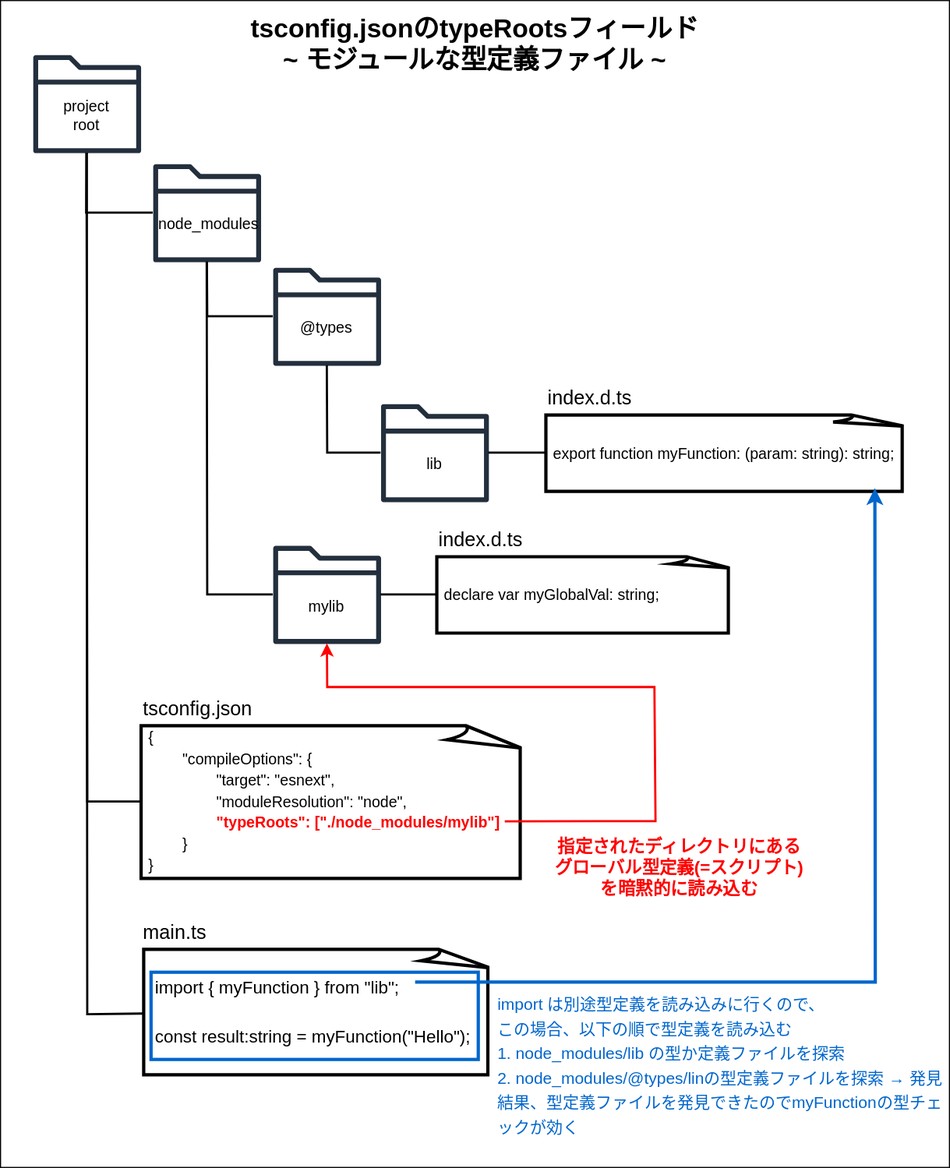
Before: img/tsconfig_typeRoots_types/tsconfig-typeRoots_2.svg, a diagram exported from draw.io (MasaGt/TypeScript). Source tidied: cells renumbered, new cells last; positions are measured from the earlier drawing's top-left corner, leaving out a move shared by most shapes.
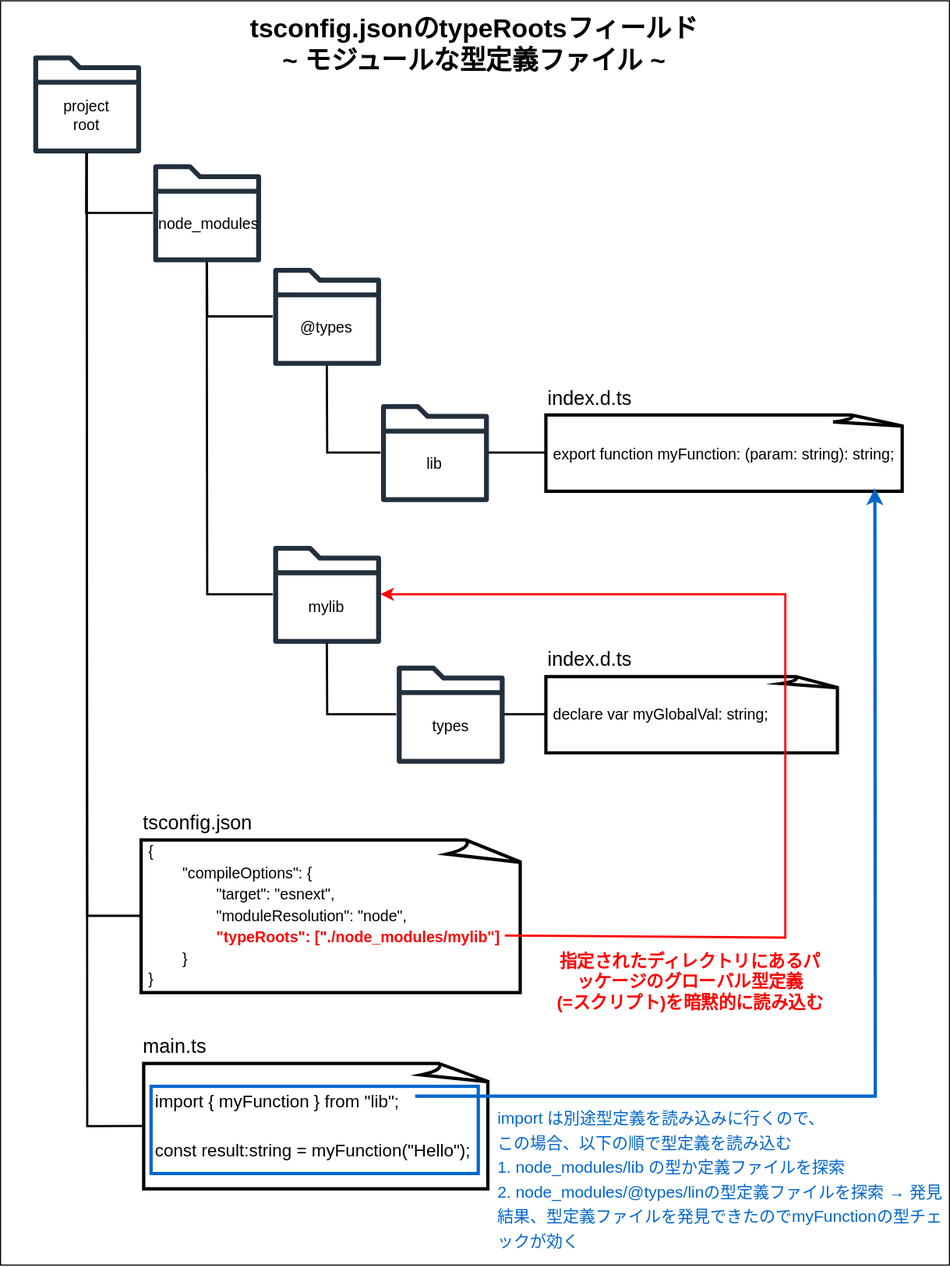
The same diagram one commit later.

What changed in the source:
```diff
@@ -4,5 +4,5 @@
     <mxCell id="1" parent="0" />
-    <mxCell id="2" style="rounded=0;whiteSpace=wrap;html=1;" parent="1" vertex="1">
-      <mxGeometry width="870" height="1070" as="geometry" />
-    </mxCell>
+    <mxCell id="39" style="rounded=0;whiteSpace=wrap;html=1;" parent="1" vertex="1">
+      <mxGeometry width="870" height="1160" as="geometry" />
+    </mxCell>
     <mxCell id="3" value="tsconfig.jsonのtypeRootsフィールド&lt;div&gt;~ モジュールな型定義ファイル ~&lt;/div&gt;" style="text;html=1;whiteSpace=wrap;strokeColor=none;fillColor=none;align=center;verticalAlign=middle;rounded=0;fontSize=24;fontStyle=1;" parent="1" vertex="1">
@@ -10,69 +10,69 @@
     </mxCell>
-    <mxCell id="4" style="whiteSpace=wrap;html=1;shape=mxgraph.basic.document;strokeWidth=3;" parent="1" vertex="1">
-      <mxGeometry x="128.9" y="665" width="351.1" height="140" as="geometry" />
-    </mxCell>
+    <mxCell id="40" style="whiteSpace=wrap;html=1;shape=mxgraph.basic.document;strokeWidth=3;" parent="1" vertex="1">
+      <mxGeometry x="128.9" y="770" width="351.1" height="140" as="geometry" />
+    </mxCell>
     <mxCell id="5" value="&lt;div style=&quot;line-height: 140%;&quot;&gt;{&lt;div style=&quot;line-height: 140%;&quot;&gt;&lt;span style=&quot;white-space: pre; line-height: 140%;&quot;&gt;&#9;&lt;/span&gt;&quot;compileOptions&quot;: {&lt;/div&gt;&lt;div style=&quot;line-height: 140%;&quot;&gt;&lt;span style=&quot;white-space: pre; line-height: 140%;&quot;&gt;&#9;&lt;/span&gt;&lt;span style=&quot;white-space: pre; line-height: 140%;&quot;&gt;&#9;&quot;target&quot;: &quot;esnext&quot;,&lt;/span&gt;&lt;br&gt;&lt;/div&gt;&lt;div style=&quot;line-height: 140%;&quot;&gt;&lt;span style=&quot;white-space: pre; line-height: 140%;&quot;&gt;&lt;span style=&quot;white-space: pre; line-height: 140%;&quot;&gt;&#9;&lt;/span&gt;&lt;span style=&quot;white-space: pre; line-height: 140%;&quot;&gt;&#9;&quot;moduleResolution&quot;: &quot;node&quot;,&lt;/span&gt;&lt;br&gt;&lt;/span&gt;&lt;/div&gt;&lt;div style=&quot;line-height: 140%;&quot;&gt;&lt;span style=&quot;white-space: pre; line-height: 140%;&quot;&gt;&#9;&lt;/span&gt;&lt;span style=&quot;white-space: pre; line-height: 140%;&quot;&gt;&#9;&lt;span style=&quot;color: rgb(255, 0, 0);&quot;&gt;&lt;b&gt;&quot;typeRoots&quot;: [&quot;./node_modules/mylib&quot;]&lt;/b&gt;&lt;/span&gt;&lt;/span&gt;&lt;br&gt;&lt;/div&gt;&lt;div style=&quot;line-height: 140%;&quot;&gt;&lt;span style=&quot;white-space: pre; line-height: 140%;&quot;&gt;&#9;&lt;/span&gt;}&lt;br&gt;&lt;div style=&quot;line-height: 140%;&quot;&gt;}&lt;/div&gt;&lt;/div&gt;&lt;/div&gt;" style="text;html=1;whiteSpace=wrap;strokeColor=none;fillColor=none;align=left;verticalAlign=middle;rounded=0;fontSize=14;" parent="1" vertex="1">
-      <mxGeometry x="134.4" y="667.5" width="330" height="135" as="geometry" />
+      <mxGeometry x="134.4" y="772.5" width="330" height="135" as="geometry" />
     </mxCell>
-    <mxCell id="6" style="sketch=0;outlineConnect=0;fontColor=#232F3E;gradientColor=none;fillColor=#232F3D;strokeColor=none;dashed=0;verticalLabelPosition=bottom;verticalAlign=top;align=center;html=1;fontSize=12;fontStyle=0;shape=mxgraph.aws4.folder;" parent="1" vertex="1">
-      <mxGeometry x="30" y="50" width="98.9" height="90" as="geometry" />
-    </mxCell>
-    <mxCell id="7" style="sketch=0;outlineConnect=0;fontColor=#232F3E;gradientColor=none;fillColor=#232F3D;strokeColor=none;dashed=0;verticalLabelPosition=bottom;verticalAlign=top;align=center;html=1;fontSize=12;fontStyle=0;shape=mxgraph.aws4.folder;" parent="1" vertex="1">
-      <mxGeometry x="140" y="150" width="98.9" height="90" as="geometry" />
-    </mxCell>
-    <mxCell id="8" style="whiteSpace=wrap;html=1;shape=mxgraph.basic.document;strokeWidth=3;" parent="1" vertex="1">
-      <mxGeometry x="500" y="380" width="330" height="70" as="geometry" />
-    </mxCell>
-    <mxCell id="9" style="whiteSpace=wrap;html=1;shape=mxgraph.basic.document;strokeWidth=3;" parent="1" vertex="1">
-      <mxGeometry x="400" y="510" width="270" height="70" as="geometry" />
-    </mxCell>
-    <mxCell id="10" style="sketch=0;outlineConnect=0;fontColor=#232F3E;gradientColor=none;fillColor=#232F3D;strokeColor=none;dashed=0;verticalLabelPosition=bottom;verticalAlign=top;align=center;html=1;fontSize=12;fontStyle=0;shape=mxgraph.aws4.folder;" parent="1" vertex="1">
-      <mxGeometry x="250" y="500" width="98.9" height="90" as="geometry" />
-    </mxCell>
-    <mxCell id="11" style="sketch=0;outlineConnect=0;fontColor=#232F3E;gradientColor=none;fillColor=#232F3D;strokeColor=none;dashed=0;verticalLabelPosition=bottom;verticalAlign=top;align=center;html=1;fontSize=12;fontStyle=0;shape=mxgraph.aws4.folder;" parent="1" vertex="1">
-      <mxGeometry x="250" y="245" width="98.9" height="90" as="geometry" />
-    </mxCell>
-    <mxCell id="12" style="endArrow=none;html=1;rounded=0;strokeWidth=2;" parent="1" edge="1" source="7" target="6">
-      <mxGeometry relative="1" as="geometry">
-        <Array as="points">
-          <mxPoint x="79" y="195" />
-        </Array>
-      </mxGeometry>
-    </mxCell>
-    <mxCell id="13" style="endArrow=none;html=1;rounded=0;strokeWidth=2;" parent="1" edge="1" source="11" target="7">
-      <mxGeometry relative="1" as="geometry">
-        <Array as="points">
-          <mxPoint x="190" y="290" />
-        </Array>
-      </mxGeometry>
-    </mxCell>
-    <mxCell id="14" style="endArrow=none;html=1;rounded=0;strokeWidth=2;" parent="1" edge="1" source="10" target="7">
-      <mxGeometry relative="1" as="geometry">
-        <Array as="points">
-          <mxPoint x="190" y="545" />
-        </Array>
-      </mxGeometry>
-    </mxCell>
-    <mxCell id="15" style="endArrow=none;html=1;rounded=0;strokeWidth=2;entryX=0;entryY=0.5;entryDx=0;entryDy=0;entryPerimeter=0;" parent="1" edge="1" source="10" target="9">
-      <mxGeometry relative="1" as="geometry" />
-    </mxCell>
-    <mxCell id="16" style="endArrow=none;html=1;rounded=0;strokeWidth=2;" parent="1" edge="1" source="6" target="4">
-      <mxGeometry relative="1" as="geometry">
-        <Array as="points">
-          <mxPoint x="80" y="735" />
-        </Array>
-      </mxGeometry>
-    </mxCell>
-    <mxCell id="17" style="whiteSpace=wrap;html=1;shape=mxgraph.basic.document;strokeWidth=3;" parent="1" vertex="1">
-      <mxGeometry x="131.2" y="870" width="318.8" height="115" as="geometry" />
-    </mxCell>
-    <mxCell id="18" style="endArrow=none;html=1;rounded=0;strokeWidth=2;" parent="1" edge="1" source="6" target="17">
-      <mxGeometry relative="1" as="geometry">
-        <Array as="points">
-          <mxPoint x="80" y="930" />
-        </Array>
-      </mxGeometry>
-    </mxCell>
+    <mxCell id="41" style="sketch=0;outlineConnect=0;fontColor=#232F3E;gradientColor=none;fillColor=#232F3D;strokeColor=none;dashed=0;verticalLabelPosition=bottom;verticalAlign=top;align=center;html=1;fontSize=12;fontStyle=0;shape=mxgraph.aws4.folder;" parent="1" vertex="1">
+      <mxGeometry x="30" y="50" width="98.9" height="90" as="geometry" />
+    </mxCell>
+    <mxCell id="42" style="sketch=0;outlineConnect=0;fontColor=#232F3E;gradientColor=none;fillColor=#232F3D;strokeColor=none;dashed=0;verticalLabelPosition=bottom;verticalAlign=top;align=center;html=1;fontSize=12;fontStyle=0;shape=mxgraph.aws4.folder;" parent="1" vertex="1">
+      <mxGeometry x="140" y="150" width="98.9" height="90" as="geometry" />
+    </mxCell>
+    <mxCell id="43" style="whiteSpace=wrap;html=1;shape=mxgraph.basic.document;strokeWidth=3;" parent="1" vertex="1">
+      <mxGeometry x="500" y="380" width="330" height="70" as="geometry" />
+    </mxCell>
+    <mxCell id="44" style="whiteSpace=wrap;html=1;shape=mxgraph.basic.document;strokeWidth=3;" parent="1" vertex="1">
+      <mxGeometry x="500" y="620" width="270" height="70" as="geometry" />
+    </mxCell>
+    <mxCell id="45" style="sketch=0;outlineConnect=0;fontColor=#232F3E;gradientColor=none;fillColor=#232F3D;strokeColor=none;dashed=0;verticalLabelPosition=bottom;verticalAlign=top;align=center;html=1;fontSize=12;fontStyle=0;shape=mxgraph.aws4.folder;" parent="1" vertex="1">
+      <mxGeometry x="250" y="500" width="98.9" height="90" as="geometry" />
+    </mxCell>
+    <mxCell id="46" style="sketch=0;outlineConnect=0;fontColor=#232F3E;gradientColor=none;fillColor=#232F3D;strokeColor=none;dashed=0;verticalLabelPosition=bottom;verticalAlign=top;align=center;html=1;fontSize=12;fontStyle=0;shape=mxgraph.aws4.folder;" parent="1" vertex="1">
+      <mxGeometry x="250" y="245" width="98.9" height="90" as="geometry" />
+    </mxCell>
+    <mxCell id="47" style="endArrow=none;html=1;rounded=0;strokeWidth=2;" parent="1" edge="1" source="42" target="41">
+      <mxGeometry relative="1" as="geometry">
+        <Array as="points">
+          <mxPoint x="79" y="195" />
+        </Array>
+      </mxGeometry>
+    </mxCell>
+    <mxCell id="48" style="endArrow=none;html=1;rounded=0;strokeWidth=2;" parent="1" edge="1" source="46" target="42">
+      <mxGeometry relative="1" as="geometry">
+        <Array as="points">
+          <mxPoint x="190" y="290" />
+        </Array>
+      </mxGeometry>
+    </mxCell>
+    <mxCell id="49" style="endArrow=none;html=1;rounded=0;strokeWidth=2;" parent="1" edge="1" source="45" target="42">
+      <mxGeometry relative="1" as="geometry">
+        <Array as="points">
+          <mxPoint x="190" y="545" />
+        </Array>
+      </mxGeometry>
+    </mxCell>
+    <mxCell id="50" style="endArrow=none;html=1;rounded=0;strokeWidth=2;entryX=0;entryY=0.5;entryDx=0;entryDy=0;entryPerimeter=0;" parent="1" edge="1" source="62" target="44">
+      <mxGeometry relative="1" as="geometry" />
+    </mxCell>
+    <mxCell id="51" style="endArrow=none;html=1;rounded=0;strokeWidth=2;" parent="1" edge="1" source="41" target="40">
+      <mxGeometry relative="1" as="geometry">
+        <Array as="points">
+          <mxPoint x="80" y="840" />
+        </Array>
+      </mxGeometry>
+    </mxCell>
+    <mxCell id="52" style="whiteSpace=wrap;html=1;shape=mxgraph.basic.document;strokeWidth=3;" parent="1" vertex="1">
+      <mxGeometry x="131.2" y="975" width="318.8" height="115" as="geometry" />
+    </mxCell>
+    <mxCell id="53" style="endArrow=none;html=1;rounded=0;strokeWidth=2;" parent="1" edge="1" source="41" target="52">
+      <mxGeometry relative="1" as="geometry">
+        <Array as="points">
+          <mxPoint x="80" y="1033" />
+        </Array>
+      </mxGeometry>
+    </mxCell>
     <mxCell id="19" value="&lt;div style=&quot;line-height: 140%;&quot;&gt;declare var myGlobalVal: string;&lt;/div&gt;" style="text;html=1;whiteSpace=wrap;strokeColor=none;fillColor=none;align=left;verticalAlign=middle;rounded=0;fontSize=14;" parent="1" vertex="1">
-      <mxGeometry x="405" y="520" width="235" height="50" as="geometry" />
+      <mxGeometry x="505" y="630" width="235" height="50" as="geometry" />
     </mxCell>
@@ -90,5 +90,5 @@
     </mxCell>
-    <mxCell id="24" style="sketch=0;outlineConnect=0;fontColor=#232F3E;gradientColor=none;fillColor=#232F3D;strokeColor=none;dashed=0;verticalLabelPosition=bottom;verticalAlign=top;align=center;html=1;fontSize=12;fontStyle=0;shape=mxgraph.aws4.folder;" parent="1" vertex="1">
-      <mxGeometry x="348.9" y="370" width="98.9" height="90" as="geometry" />
-    </mxCell>
+    <mxCell id="54" style="sketch=0;outlineConnect=0;fontColor=#232F3E;gradientColor=none;fillColor=#232F3D;strokeColor=none;dashed=0;verticalLabelPosition=bottom;verticalAlign=top;align=center;html=1;fontSize=12;fontStyle=0;shape=mxgraph.aws4.folder;" parent="1" vertex="1">
+      <mxGeometry x="348.9" y="370" width="98.9" height="90" as="geometry" />
+    </mxCell>
     <mxCell id="25" value="lib" style="text;html=1;whiteSpace=wrap;strokeColor=none;fillColor=none;align=center;verticalAlign=middle;rounded=0;fontSize=14;" parent="1" vertex="1">
@@ -96,12 +96,12 @@
     </mxCell>
-    <mxCell id="26" style="endArrow=none;html=1;rounded=0;strokeWidth=2;" parent="1" edge="1" source="11" target="24">
-      <mxGeometry relative="1" as="geometry">
-        <Array as="points">
-          <mxPoint x="300" y="415" />
-        </Array>
-      </mxGeometry>
-    </mxCell>
-    <mxCell id="27" style="endArrow=none;html=1;rounded=0;strokeWidth=2;entryX=0;entryY=0.5;entryDx=0;entryDy=0;entryPerimeter=0;" parent="1" edge="1" source="24" target="8">
-      <mxGeometry relative="1" as="geometry" />
-    </mxCell>
+    <mxCell id="55" style="endArrow=none;html=1;rounded=0;strokeWidth=2;" parent="1" edge="1" source="46" target="54">
+      <mxGeometry relative="1" as="geometry">
+        <Array as="points">
+          <mxPoint x="300" y="415" />
+        </Array>
+      </mxGeometry>
+    </mxCell>
+    <mxCell id="56" style="endArrow=none;html=1;rounded=0;strokeWidth=2;entryX=0;entryY=0.5;entryDx=0;entryDy=0;entryPerimeter=0;" parent="1" edge="1" source="54" target="43">
+      <mxGeometry relative="1" as="geometry" />
+    </mxCell>
     <mxCell id="28" value="&lt;div style=&quot;line-height: 140%;&quot;&gt;export function myFunction: (param: string): string;&lt;/div&gt;" style="text;html=1;whiteSpace=wrap;strokeColor=none;fillColor=none;align=left;verticalAlign=middle;rounded=0;fontSize=14;" parent="1" vertex="1">
@@ -110,41 +110,53 @@
     <mxCell id="29" value="tsconfig.json" style="text;html=1;whiteSpace=wrap;strokeColor=none;fillColor=none;align=left;verticalAlign=middle;rounded=0;fontSize=18;" parent="1" vertex="1">
-      <mxGeometry x="128.9" y="635" width="111.1" height="30" as="geometry" />
+      <mxGeometry x="128.9" y="740" width="111.1" height="30" as="geometry" />
     </mxCell>
     <mxCell id="30" value="main.ts" style="text;html=1;whiteSpace=wrap;strokeColor=none;fillColor=none;align=left;verticalAlign=middle;rounded=0;fontSize=18;" parent="1" vertex="1">
-      <mxGeometry x="128.9" y="840" width="111.1" height="30" as="geometry" />
+      <mxGeometry x="128.9" y="945" width="111.1" height="30" as="geometry" />
     </mxCell>
     <mxCell id="31" value="&lt;div style=&quot;line-height: 140%;&quot;&gt;import { myFunction } from &quot;lib&quot;;&lt;/div&gt;&lt;div style=&quot;line-height: 140%;&quot;&gt;&lt;br&gt;&lt;/div&gt;&lt;div style=&quot;line-height: 140%;&quot;&gt;const result:string = myFunction(&quot;Hello&quot;);&lt;/div&gt;" style="text;html=1;whiteSpace=wrap;strokeColor=none;fillColor=none;align=left;verticalAlign=middle;rounded=0;fontSize=16;" parent="1" vertex="1">
-      <mxGeometry x="140" y="875" width="300" height="105" as="geometry" />
+      <mxGeometry x="140" y="980" width="300" height="105" as="geometry" />
     </mxCell>
-    <mxCell id="32" style="endArrow=classic;html=1;rounded=0;exitX=0.995;exitY=0.634;exitDx=0;exitDy=0;exitPerimeter=0;strokeColor=#FF0000;strokeWidth=2;" parent="1" edge="1" source="5" target="10">
-      <mxGeometry relative="1" as="geometry">
-        <Array as="points">
-          <mxPoint x="601" y="753" />
-          <mxPoint x="600" y="630" />
-          <mxPoint x="300" y="630" />
-        </Array>
-      </mxGeometry>
-    </mxCell>
-    <mxCell id="33" value="指定されたディレクトリにあるグローバル型定義(=スクリプト)を暗黙的に読み込む" style="text;html=1;whiteSpace=wrap;strokeColor=none;fillColor=none;align=center;verticalAlign=middle;rounded=0;fontSize=16;fontColor=#FF0000;fontStyle=1;" parent="1" vertex="1">
-      <mxGeometry x="505" y="760" width="235" height="70" as="geometry" />
-    </mxCell>
-    <mxCell id="34" style="rounded=0;whiteSpace=wrap;html=1;fillColor=none;strokeColor=#0066CC;strokeWidth=3;" parent="1" vertex="1">
-      <mxGeometry x="138" y="891" width="300" height="80" as="geometry" />
-    </mxCell>
-    <mxCell id="35" value="index.d.ts" style="text;html=1;whiteSpace=wrap;strokeColor=none;fillColor=none;align=left;verticalAlign=middle;rounded=0;fontSize=18;" parent="1" vertex="1">
-      <mxGeometry x="400" y="480" width="111.1" height="30" as="geometry" />
-    </mxCell>
-    <mxCell id="36" value="index.d.ts" style="text;html=1;whiteSpace=wrap;strokeColor=none;fillColor=none;align=left;verticalAlign=middle;rounded=0;fontSize=18;" parent="1" vertex="1">
-      <mxGeometry x="500" y="350" width="111.1" height="30" as="geometry" />
-    </mxCell>
+    <mxCell id="57" style="endArrow=classic;html=1;rounded=0;exitX=0.995;exitY=0.634;exitDx=0;exitDy=0;exitPerimeter=0;strokeColor=#FF0000;strokeWidth=2;" parent="1" edge="1" source="5" target="45">
+      <mxGeometry relative="1" as="geometry">
+        <Array as="points">
+          <mxPoint x="720" y="860" />
+          <mxPoint x="720" y="545" />
+        </Array>
+      </mxGeometry>
+    </mxCell>
+    <mxCell id="58" style="rounded=0;whiteSpace=wrap;html=1;fillColor=none;strokeColor=#0066CC;strokeWidth=3;" parent="1" vertex="1">
+      <mxGeometry x="138" y="996" width="300" height="80" as="geometry" />
+    </mxCell>
+    <mxCell id="59" value="index.d.ts" style="text;html=1;whiteSpace=wrap;strokeColor=none;fillColor=none;align=left;verticalAlign=middle;rounded=0;fontSize=18;" parent="1" vertex="1">
+      <mxGeometry x="500" y="590" width="111.1" height="30" as="geometry" />
+    </mxCell>
+    <mxCell id="60" value="index.d.ts" style="text;html=1;whiteSpace=wrap;strokeColor=none;fillColor=none;align=left;verticalAlign=middle;rounded=0;fontSize=18;" parent="1" vertex="1">
+      <mxGeometry x="500" y="350" width="111.1" height="30" as="geometry" />
+    </mxCell>
     <mxCell id="37" value="&lt;div style=&quot;line-height: 150%;&quot;&gt;import は別途型定義を読み込みに行くので、&lt;div&gt;&lt;div&gt;&lt;span&gt;この場合、以下の順で型定義を読み込む&lt;/span&gt;&lt;/div&gt;&lt;div&gt;1. node_modules/lib の型か定義ファイルを探索&lt;/div&gt;&lt;/div&gt;&lt;div&gt;2. node_modules/@types/linの型定義ファイルを探索 → 発見&lt;/div&gt;&lt;div&gt;結果、型定義ファイルを発見できたのでmyFunctionの型チェックが効く&lt;/div&gt;&lt;div&gt;&lt;/div&gt;&lt;/div&gt;" style="text;html=1;whiteSpace=wrap;strokeColor=none;fillColor=none;align=left;verticalAlign=middle;rounded=0;fontSize=15;fontColor=#0066CC;" parent="1" vertex="1">
-      <mxGeometry x="453.9" y="909" width="411.1" height="135" as="geometry" />
+      <mxGeometry x="453.9" y="1014" width="411.1" height="135" as="geometry" />
     </mxCell>
-    <mxCell id="38" style="endArrow=classic;html=1;rounded=0;exitX=0.807;exitY=0.112;exitDx=0;exitDy=0;exitPerimeter=0;entryX=0.914;entryY=0.96;entryDx=0;entryDy=0;entryPerimeter=0;strokeColor=#0066CC;strokeWidth=3;" parent="1" edge="1" source="34" target="8">
-      <mxGeometry relative="1" as="geometry">
-        <Array as="points">
-          <mxPoint x="802" y="900" />
-        </Array>
-      </mxGeometry>
-    </mxCell>
+    <mxCell id="61" style="endArrow=classic;html=1;rounded=0;exitX=0.807;exitY=0.112;exitDx=0;exitDy=0;exitPerimeter=0;entryX=0.914;entryY=0.96;entryDx=0;entryDy=0;entryPerimeter=0;strokeColor=#0066CC;strokeWidth=3;" parent="1" edge="1" source="58" target="43">
+      <mxGeometry relative="1" as="geometry">
+        <Array as="points">
+          <mxPoint x="802" y="1005" />
+        </Array>
+      </mxGeometry>
+    </mxCell>
+    <mxCell id="62" style="sketch=0;outlineConnect=0;fontColor=#232F3E;gradientColor=none;fillColor=#232F3D;strokeColor=none;dashed=0;verticalLabelPosition=bottom;verticalAlign=top;align=center;html=1;fontSize=12;fontStyle=0;shape=mxgraph.aws4.folder;" parent="1" vertex="1">
+      <mxGeometry x="363.3" y="610" width="98.9" height="90" as="geometry" />
+    </mxCell>
+    <mxCell id="63" value="types" style="text;html=1;whiteSpace=wrap;strokeColor=none;fillColor=none;align=center;verticalAlign=middle;rounded=0;fontSize=14;" parent="1" vertex="1">
+      <mxGeometry x="377.7" y="646" width="70" height="40" as="geometry" />
+    </mxCell>
+    <mxCell id="64" style="endArrow=none;html=1;rounded=0;strokeWidth=2;" parent="1" edge="1" source="45" target="62">
+      <mxGeometry relative="1" as="geometry">
+        <Array as="points">
+          <mxPoint x="300" y="655" />
+        </Array>
+      </mxGeometry>
+    </mxCell>
+    <mxCell id="65" value="指定されたディレクトリにあるパッケージのグローバル型定義&lt;div&gt;(=スクリプト)を暗黙的に読み込む&lt;/div&gt;" style="text;html=1;whiteSpace=wrap;strokeColor=none;fillColor=none;align=center;verticalAlign=middle;rounded=0;fontSize=16;fontColor=#FF0000;fontStyle=1;" parent="1" vertex="1">
+      <mxGeometry x="505" y="865" width="255" height="70" as="geometry" />
+    </mxCell>
   </root>
```
